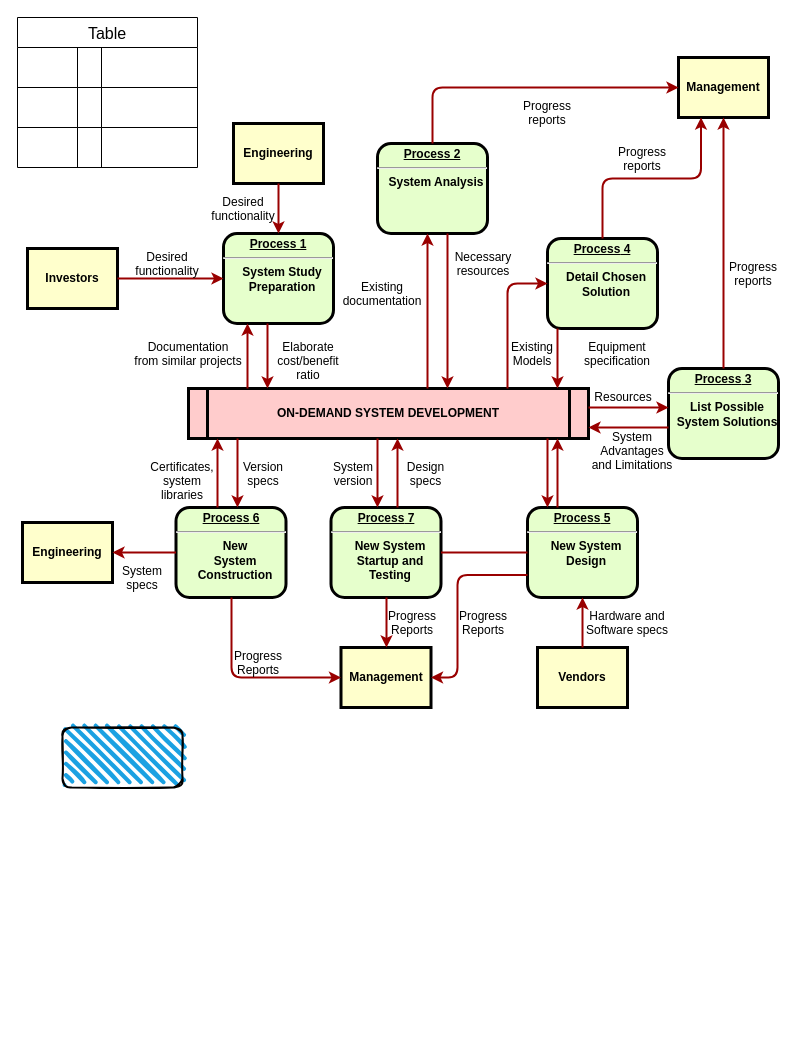
The draw.io diagram 未命名绘图.drawio in cwb927/demo, before the edit. Source tidied: cells renumbered, new cells numbered last; positions are measured from the earlier drawing's top-left corner, leaving out a move shared by most shapes. Both pictures are drawn from the tidied source at 100%, with x=0, y=0 at pixel (17, 17).
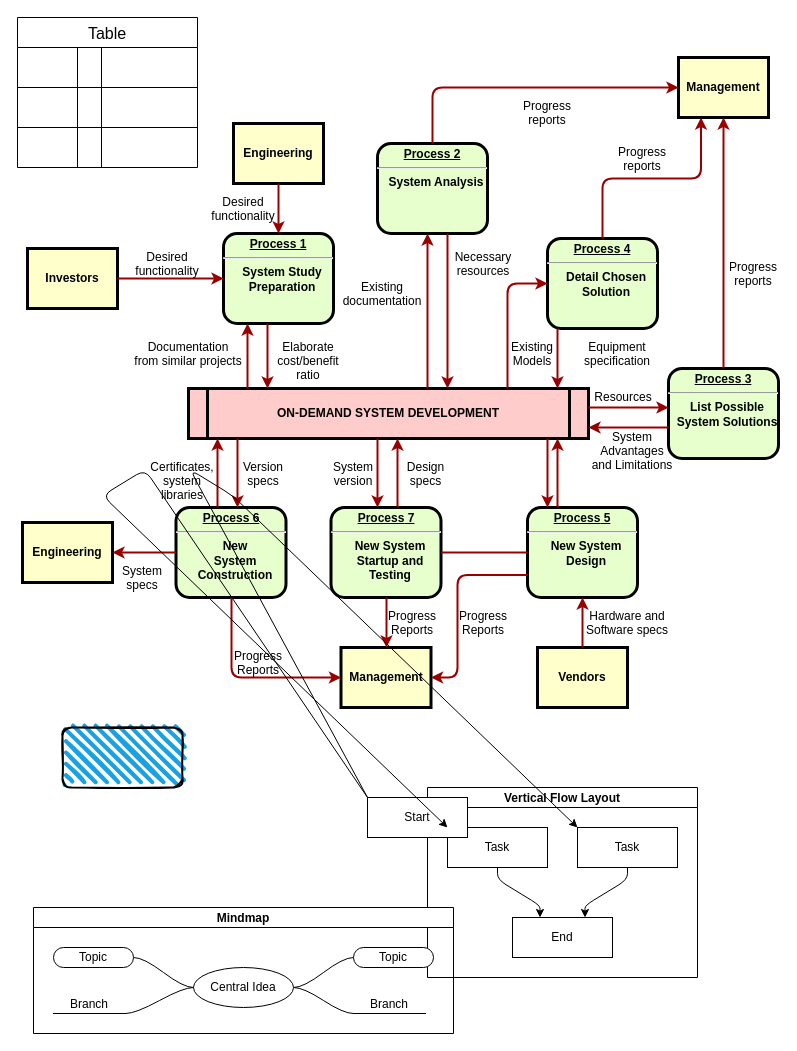
The same diagram, later.

Commit message:
更新未命名绘图11.drawio

What changed in the source:
```diff
@@
+    <mxCell id="77" value="Vertical Flow Layout" style="swimlane;startSize=20;horizontal=1;flowOrientation=north;interRankCellSpacing=50;containerType=tree;fontSize=12;" parent="1" vertex="1">
+      <mxGeometry x="410" y="770" width="270" height="190" as="geometry" />
+    </mxCell>
+    <mxCell id="78" value="Task" style="whiteSpace=wrap;html=1;" parent="77" vertex="1">
+      <mxGeometry x="20" y="40" width="100" height="40" as="geometry" />
+    </mxCell>
+    <mxCell id="79" value="Task" style="whiteSpace=wrap;html=1;" parent="77" vertex="1">
+      <mxGeometry x="150" y="40" width="100" height="40" as="geometry" />
+    </mxCell>
+    <mxCell id="80" value="End" style="whiteSpace=wrap;html=1;" parent="77" vertex="1">
+      <mxGeometry x="85" y="130" width="100" height="40" as="geometry" />
+    </mxCell>
+    <mxCell id="81" style="html=1;rounded=1;curved=0;sourcePerimeterSpacing=0;targetPerimeterSpacing=0;startSize=6;endSize=6;noEdgeStyle=1;orthogonal=1;" parent="77" edge="1" source="78" target="80">
+      <mxGeometry relative="1" as="geometry">
+        <Array as="points">
+          <mxPoint x="70" y="92" />
+          <mxPoint x="112.5" y="118" />
+        </Array>
+      </mxGeometry>
+    </mxCell>
+    <mxCell id="82" style="html=1;rounded=1;curved=0;sourcePerimeterSpacing=0;targetPerimeterSpacing=0;startSize=6;endSize=6;noEdgeStyle=1;orthogonal=1;" parent="77" edge="1" source="79" target="80">
+      <mxGeometry relative="1" as="geometry">
+        <Array as="points">
+          <mxPoint x="200" y="92" />
+          <mxPoint x="157.5" y="118" />
+        </Array>
+      </mxGeometry>
+    </mxCell>
+    <mxCell id="83" value="Start" style="whiteSpace=wrap;html=1;" parent="1" vertex="1">
+      <mxGeometry x="350" y="780" width="100" height="40" as="geometry" />
+    </mxCell>
+    <mxCell id="84" style="html=1;rounded=1;curved=0;sourcePerimeterSpacing=0;targetPerimeterSpacing=0;startSize=6;endSize=6;noEdgeStyle=1;orthogonal=1;" parent="1" edge="1" source="83" target="78">
+      <mxGeometry relative="1" as="geometry">
+        <Array as="points">
+          <mxPoint x="127.5" y="452" />
+          <mxPoint x="85" y="478" />
+        </Array>
+      </mxGeometry>
+    </mxCell>
+    <mxCell id="85" style="html=1;rounded=1;curved=0;sourcePerimeterSpacing=0;targetPerimeterSpacing=0;startSize=6;endSize=6;noEdgeStyle=1;orthogonal=1;" parent="1" edge="1" source="83" target="79">
+      <mxGeometry relative="1" as="geometry">
+        <Array as="points">
+          <mxPoint x="172.5" y="452" />
+          <mxPoint x="215" y="478" />
+        </Array>
+      </mxGeometry>
+    </mxCell>
+    <mxCell id="86" value="Mindmap" style="swimlane;startSize=20;horizontal=1;containerType=tree;" parent="1" vertex="1">
+      <mxGeometry x="16" y="890" width="420" height="126" as="geometry" />
+    </mxCell>
+    <mxCell id="87" style="edgeStyle=entityRelationEdgeStyle;startArrow=none;endArrow=none;segment=10;curved=1;sourcePerimeterSpacing=0;targetPerimeterSpacing=0;rounded=0;" parent="86" edge="1" source="91" target="92">
+      <mxGeometry relative="1" as="geometry" />
+    </mxCell>
+    <mxCell id="88" style="edgeStyle=entityRelationEdgeStyle;startArrow=none;endArrow=none;segment=10;curved=1;sourcePerimeterSpacing=0;targetPerimeterSpacing=0;rounded=0;" parent="86" edge="1" source="91" target="93">
+      <mxGeometry relative="1" as="geometry" />
+    </mxCell>
+    <mxCell id="89" style="edgeStyle=entityRelationEdgeStyle;startArrow=none;endArrow=none;segment=10;curved=1;sourcePerimeterSpacing=0;targetPerimeterSpacing=0;rounded=0;" parent="86" edge="1" source="91" target="94">
+      <mxGeometry relative="1" as="geometry" />
+    </mxCell>
+    <mxCell id="90" style="edgeStyle=entityRelationEdgeStyle;startArrow=none;endArrow=none;segment=10;curved=1;sourcePerimeterSpacing=0;targetPerimeterSpacing=0;rounded=0;" parent="86" edge="1" source="91" target="95">
+      <mxGeometry relative="1" as="geometry" />
+    </mxCell>
+    <mxCell id="91" value="Central Idea" style="ellipse;whiteSpace=wrap;html=1;align=center;newEdgeStyle={&quot;edgeStyle&quot;:&quot;entityRelationEdgeStyle&quot;,&quot;startArrow&quot;:&quot;none&quot;,&quot;endArrow&quot;:&quot;none&quot;,&quot;segment&quot;:10,&quot;curved&quot;:1,&quot;sourcePerimeterSpacing&quot;:0,&quot;targetPerimeterSpacing&quot;:0};" parent="86" vertex="1">
+      <mxGeometry x="160" y="60" width="100" height="40" as="geometry" />
+    </mxCell>
+    <mxCell id="92" value="Topic" style="whiteSpace=wrap;html=1;rounded=1;arcSize=50;align=center;verticalAlign=middle;strokeWidth=1;spacing=4;newEdgeStyle={&quot;edgeStyle&quot;:&quot;entityRelationEdgeStyle&quot;,&quot;startArrow&quot;:&quot;none&quot;,&quot;endArrow&quot;:&quot;none&quot;,&quot;segment&quot;:10,&quot;curved&quot;:1,&quot;sourcePerimeterSpacing&quot;:0,&quot;targetPerimeterSpacing&quot;:0};" parent="86" vertex="1">
+      <mxGeometry x="320" y="40" width="80" height="20" as="geometry" />
+    </mxCell>
+    <mxCell id="93" value="Branch" style="whiteSpace=wrap;html=1;shape=partialRectangle;top=0;left=0;bottom=1;right=0;points=[[0,1],[1,1]];fillColor=none;align=center;verticalAlign=bottom;routingCenterY=0.5;snapToPoint=1;newEdgeStyle={&quot;edgeStyle&quot;:&quot;entityRelationEdgeStyle&quot;,&quot;startArrow&quot;:&quot;none&quot;,&quot;endArrow&quot;:&quot;none&quot;,&quot;segment&quot;:10,&quot;curved&quot;:1,&quot;sourcePerimeterSpacing&quot;:0,&quot;targetPerimeterSpacing&quot;:0};" parent="86" vertex="1">
+      <mxGeometry x="320" y="80" width="72" height="26" as="geometry" />
+    </mxCell>
+    <mxCell id="94" value="Topic" style="whiteSpace=wrap;html=1;rounded=1;arcSize=50;align=center;verticalAlign=middle;strokeWidth=1;spacing=4;newEdgeStyle={&quot;edgeStyle&quot;:&quot;entityRelationEdgeStyle&quot;,&quot;startArrow&quot;:&quot;none&quot;,&quot;endArrow&quot;:&quot;none&quot;,&quot;segment&quot;:10,&quot;curved&quot;:1,&quot;sourcePerimeterSpacing&quot;:0,&quot;targetPerimeterSpacing&quot;:0};" parent="86" vertex="1">
+      <mxGeometry x="20" y="40" width="80" height="20" as="geometry" />
+    </mxCell>
+    <mxCell id="95" value="Branch" style="whiteSpace=wrap;html=1;shape=partialRectangle;top=0;left=0;bottom=1;right=0;points=[[0,1],[1,1]];fillColor=none;align=center;verticalAlign=bottom;routingCenterY=0.5;snapToPoint=1;newEdgeStyle={&quot;edgeStyle&quot;:&quot;entityRelationEdgeStyle&quot;,&quot;startArrow&quot;:&quot;none&quot;,&quot;endArrow&quot;:&quot;none&quot;,&quot;segment&quot;:10,&quot;curved&quot;:1,&quot;sourcePerimeterSpacing&quot;:0,&quot;targetPerimeterSpacing&quot;:0};" parent="86" vertex="1">
+      <mxGeometry x="20" y="80" width="72" height="26" as="geometry" />
+    </mxCell>
```
